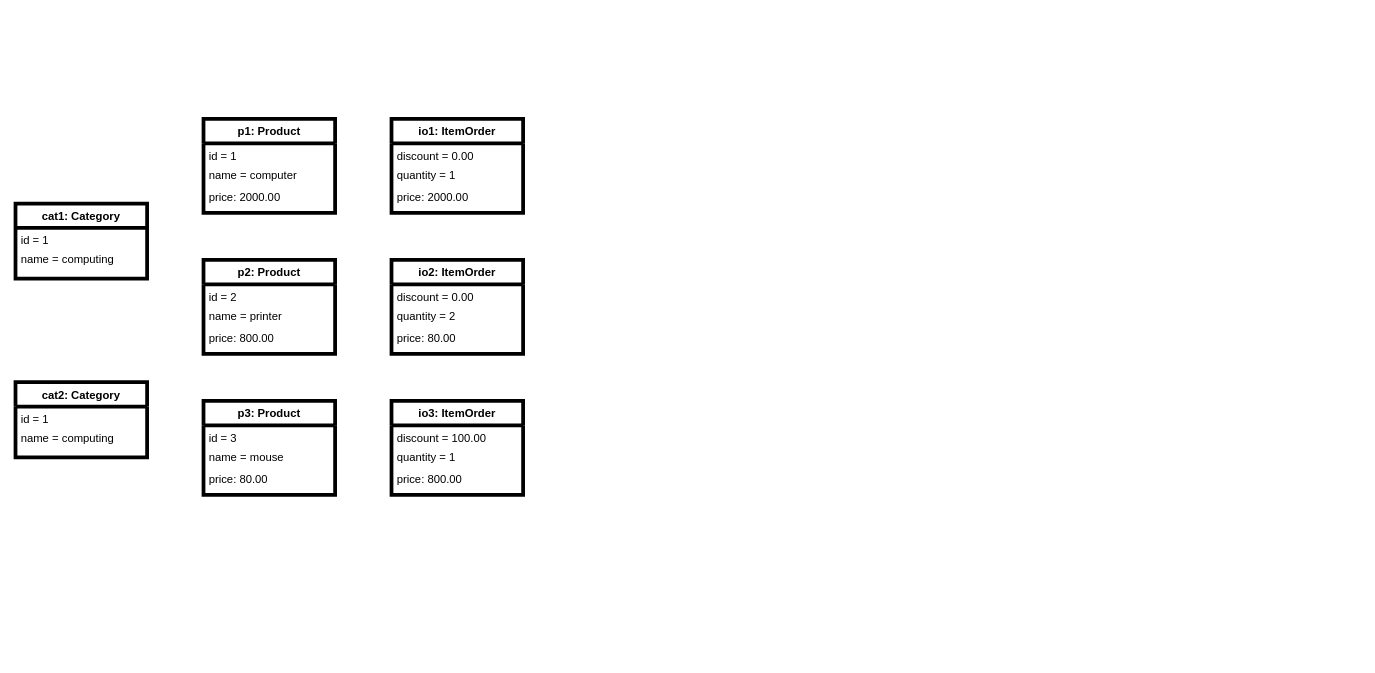
Relesi/class-diagram keeps this draw.io diagram as model-instance-score/model-instance.drawio. Above is the earlier version. Source tidied: cells renumbered, new cells numbered last; positions are measured from the earlier drawing's top-left corner, leaving out a move shared by most shapes. Both pictures are drawn from the tidied source at 94%, with x=0, y=0 at pixel (15, 118).
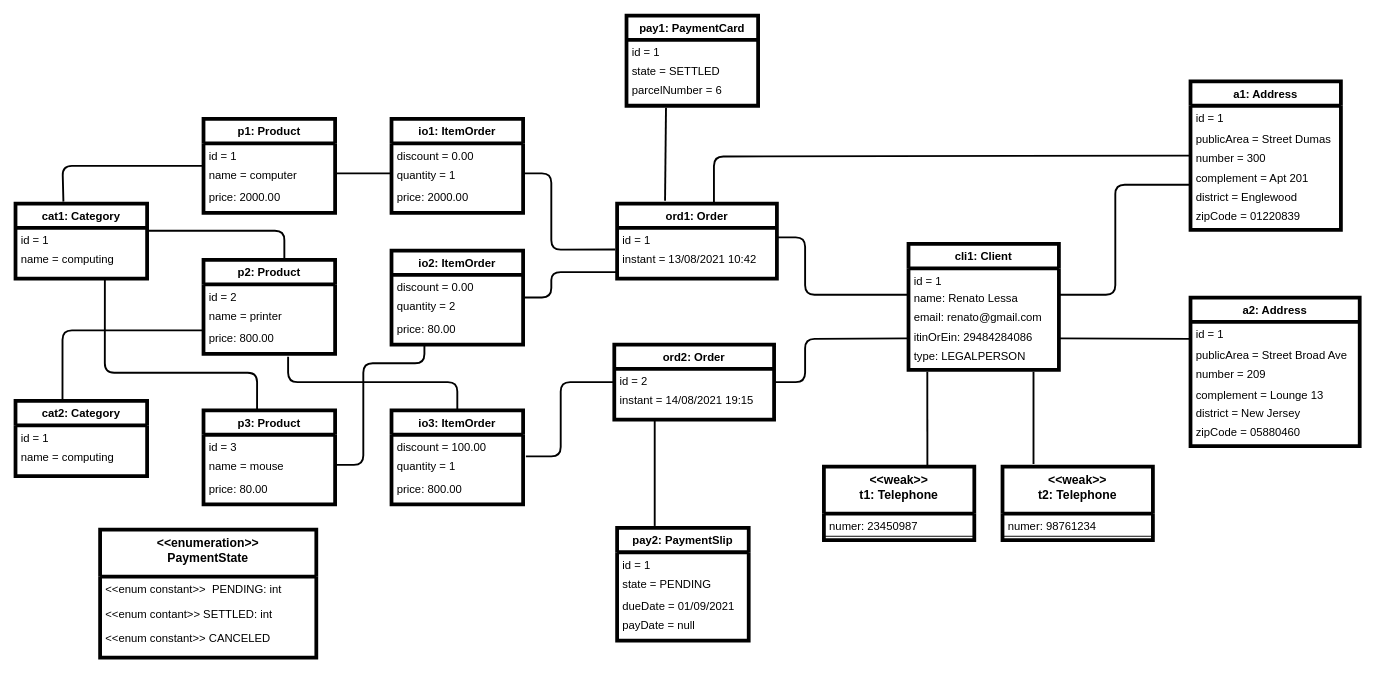
Above is the later version.

Commit message (it also covers changes not shown here):
add inst to model

Unchanged cells that the change refers to:
```xml
<mxCell id="2" value="cat1: Category" style="swimlane;fontStyle=1;horizontal=1;startSize=26;strokeWidth=4;rounded=0;shadow=0;sketch=0;glass=0;swimlaneLine=1;swimlaneFillColor=none;" parent="1" vertex="1">
  <mxGeometry y="90" width="140" height="80" as="geometry" />
</mxCell>
<mxCell id="3" value="id = 1" style="text;fillColor=none;align=left;verticalAlign=top;spacingLeft=4;spacingRight=4;overflow=hidden;points=[[0,0.5],[1,0.5]];portConstraint=eastwest;rounded=0;shadow=0;" parent="2" vertex="1">
  <mxGeometry y="26" width="140" height="20" as="geometry" />
</mxCell>
<mxCell id="4" value="name = computing" style="text;fillColor=none;align=left;verticalAlign=top;spacingLeft=4;spacingRight=4;overflow=hidden;points=[[0,0.5],[1,0.5]];portConstraint=eastwest;rounded=0;shadow=0;" parent="2" vertex="1">
  <mxGeometry y="46" width="140" height="34" as="geometry" />
</mxCell>
<mxCell id="5" value="p1: Product" style="swimlane;fontStyle=1;horizontal=1;startSize=26;strokeWidth=4;rounded=0;shadow=0;sketch=0;glass=0;swimlaneLine=1;swimlaneFillColor=none;" parent="1" vertex="1">
  <mxGeometry x="200" width="140" height="100" as="geometry" />
</mxCell>
<mxCell id="7" value="name = computer" style="text;fillColor=none;align=left;verticalAlign=top;spacingLeft=4;spacingRight=4;overflow=hidden;points=[[0,0.5],[1,0.5]];portConstraint=eastwest;rounded=0;shadow=0;" parent="5" vertex="1">
  <mxGeometry y="46" width="140" height="24" as="geometry" />
</mxCell>
<mxCell id="9" value="p2: Product" style="swimlane;fontStyle=1;horizontal=1;startSize=26;strokeWidth=4;rounded=0;shadow=0;sketch=0;glass=0;swimlaneLine=1;swimlaneFillColor=none;" parent="1" vertex="1">
  <mxGeometry x="200" y="150" width="140" height="100" as="geometry" />
</mxCell>
<mxCell id="15" value="name = mouse" style="text;fillColor=none;align=left;verticalAlign=top;spacingLeft=4;spacingRight=4;overflow=hidden;points=[[0,0.5],[1,0.5]];portConstraint=eastwest;rounded=0;shadow=0;" parent="13" vertex="1">
  <mxGeometry y="46" width="140" height="24" as="geometry" />
</mxCell>
<mxCell id="22" value="quantity = 1" style="text;fillColor=none;align=left;verticalAlign=top;spacingLeft=4;spacingRight=4;overflow=hidden;points=[[0,0.5],[1,0.5]];portConstraint=eastwest;rounded=0;shadow=0;" parent="20" vertex="1">
  <mxGeometry y="46" width="140" height="24" as="geometry" />
</mxCell>
<mxCell id="26" value="quantity = 1" style="text;fillColor=none;align=left;verticalAlign=top;spacingLeft=4;spacingRight=4;overflow=hidden;points=[[0,0.5],[1,0.5]];portConstraint=eastwest;rounded=0;shadow=0;" parent="24" vertex="1">
  <mxGeometry y="46" width="140" height="24" as="geometry" />
</mxCell>
```

Change to the diagram source:
```diff
@@
     <mxCell id="13" value="p3: Product" style="swimlane;fontStyle=1;horizontal=1;startSize=26;strokeWidth=4;rounded=0;shadow=0;sketch=0;glass=0;swimlaneLine=1;swimlaneFillColor=none;" parent="1" vertex="1">
-      <mxGeometry x="200" y="300" width="140" height="100" as="geometry" />
+      <mxGeometry x="200" y="310" width="140" height="100" as="geometry" />
     </mxCell>
@@
     <mxCell id="17" value="cat2: Category" style="swimlane;fontStyle=1;horizontal=1;startSize=26;strokeWidth=4;rounded=0;shadow=0;sketch=0;glass=0;swimlaneLine=1;swimlaneFillColor=none;" parent="1" vertex="1">
-      <mxGeometry y="280" width="140" height="80" as="geometry" />
+      <mxGeometry y="300" width="140" height="80" as="geometry" />
     </mxCell>
@@
     <mxCell id="24" value="io3: ItemOrder" style="swimlane;fontStyle=1;horizontal=1;startSize=26;strokeWidth=4;rounded=0;shadow=0;sketch=0;glass=0;swimlaneLine=1;swimlaneFillColor=none;" parent="1" vertex="1">
-      <mxGeometry x="400" y="300" width="140" height="100" as="geometry" />
+      <mxGeometry x="400" y="310" width="140" height="100" as="geometry" />
     </mxCell>
@@
     <mxCell id="28" value="io2: ItemOrder" style="swimlane;fontStyle=1;horizontal=1;startSize=26;strokeWidth=4;rounded=0;shadow=0;sketch=0;glass=0;swimlaneLine=1;swimlaneFillColor=none;" parent="1" vertex="1">
-      <mxGeometry x="400" y="150" width="140" height="100" as="geometry" />
+      <mxGeometry x="400" y="140" width="140" height="100" as="geometry" />
     </mxCell>
@@
+    <mxCell id="32" style="endArrow=none;html=1;strokeWidth=2;exitX=1.021;exitY=0.125;exitDx=0;exitDy=0;exitPerimeter=0;entryX=0;entryY=0.5;entryDx=0;entryDy=0;" parent="1" edge="1" source="26" target="43">
+      <mxGeometry relative="1" as="geometry">
+        <Array as="points">
+          <mxPoint x="580" y="359" />
+          <mxPoint x="580" y="280" />
+        </Array>
+      </mxGeometry>
+    </mxCell>
+    <mxCell id="33" style="endArrow=none;html=1;strokeWidth=2;entryX=0;entryY=0.5;entryDx=0;entryDy=0;exitX=0.364;exitY=-0.025;exitDx=0;exitDy=0;exitPerimeter=0;" parent="1" edge="1" source="2" target="5">
+      <mxGeometry relative="1" as="geometry">
+        <Array as="points">
+          <mxPoint x="50" y="50" />
+        </Array>
+      </mxGeometry>
+    </mxCell>
+    <mxCell id="34" style="endArrow=none;html=1;strokeWidth=2;exitX=0.679;exitY=1.029;exitDx=0;exitDy=0;exitPerimeter=0;entryX=0.407;entryY=0;entryDx=0;entryDy=0;entryPerimeter=0;" parent="1" edge="1" source="4" target="13">
+      <mxGeometry relative="1" as="geometry">
+        <Array as="points">
+          <mxPoint x="95" y="270" />
+          <mxPoint x="257" y="270" />
+        </Array>
+      </mxGeometry>
+    </mxCell>
+    <mxCell id="35" style="endArrow=none;html=1;strokeWidth=2;exitX=0.993;exitY=0.15;exitDx=0;exitDy=0;exitPerimeter=0;" parent="1" edge="1" source="3">
+      <mxGeometry relative="1" as="geometry">
+        <mxPoint x="286" y="150" as="targetPoint" />
+        <Array as="points">
+          <mxPoint x="286" y="119" />
+        </Array>
+      </mxGeometry>
+    </mxCell>
+    <mxCell id="36" style="endArrow=none;html=1;strokeWidth=2;exitX=0.357;exitY=0;exitDx=0;exitDy=0;exitPerimeter=0;entryX=0;entryY=0.75;entryDx=0;entryDy=0;" parent="1" edge="1" source="17" target="9">
+      <mxGeometry relative="1" as="geometry">
+        <Array as="points">
+          <mxPoint x="50" y="225" />
+        </Array>
+      </mxGeometry>
+    </mxCell>
+    <mxCell id="37" style="endArrow=none;html=1;strokeWidth=2;exitX=1;exitY=0.5;exitDx=0;exitDy=0;entryX=0;entryY=0.5;entryDx=0;entryDy=0;" parent="1" edge="1" source="7" target="22">
+      <mxGeometry relative="1" as="geometry" />
+    </mxCell>
+    <mxCell id="38" style="endArrow=none;html=1;strokeWidth=2;entryX=0.5;entryY=0;entryDx=0;entryDy=0;" parent="1" edge="1" target="24">
+      <mxGeometry relative="1" as="geometry">
+        <mxPoint x="290" y="253" as="sourcePoint" />
+        <Array as="points">
+          <mxPoint x="290" y="280" />
+          <mxPoint x="470" y="280" />
+        </Array>
+      </mxGeometry>
+    </mxCell>
+    <mxCell id="39" style="endArrow=none;html=1;strokeWidth=2;exitX=1;exitY=0.5;exitDx=0;exitDy=0;entryX=0.25;entryY=1;entryDx=0;entryDy=0;" parent="1" edge="1" source="15" target="28">
+      <mxGeometry relative="1" as="geometry">
+        <Array as="points">
+          <mxPoint x="370" y="368" />
+          <mxPoint x="370" y="260" />
+          <mxPoint x="435" y="260" />
+        </Array>
+      </mxGeometry>
+    </mxCell>
+    <mxCell id="40" value="ord1: Order" style="swimlane;fontStyle=1;horizontal=1;startSize=26;strokeWidth=4;rounded=0;shadow=0;sketch=0;glass=0;swimlaneLine=1;swimlaneFillColor=none;" parent="1" vertex="1">
+      <mxGeometry x="640" y="90" width="170" height="80" as="geometry" />
+    </mxCell>
+    <mxCell id="41" value="id = 1" style="text;fillColor=none;align=left;verticalAlign=top;spacingLeft=4;spacingRight=4;overflow=hidden;points=[[0,0.5],[1,0.5]];portConstraint=eastwest;rounded=0;shadow=0;" parent="40" vertex="1">
+      <mxGeometry y="26" width="170" height="20" as="geometry" />
+    </mxCell>
+    <mxCell id="42" value="instant = 13/08/2021 10:42" style="text;fillColor=none;align=left;verticalAlign=top;spacingLeft=4;spacingRight=4;overflow=hidden;points=[[0,0.5],[1,0.5]];portConstraint=eastwest;rounded=0;shadow=0;" parent="40" vertex="1">
+      <mxGeometry y="46" width="170" height="34" as="geometry" />
+    </mxCell>
+    <mxCell id="43" value="ord2: Order" style="swimlane;fontStyle=1;horizontal=1;startSize=26;strokeWidth=4;rounded=0;shadow=0;sketch=0;glass=0;swimlaneLine=1;swimlaneFillColor=none;" parent="1" vertex="1">
+      <mxGeometry x="637" y="240" width="170" height="80" as="geometry" />
+    </mxCell>
+    <mxCell id="44" value="id = 2" style="text;fillColor=none;align=left;verticalAlign=top;spacingLeft=4;spacingRight=4;overflow=hidden;rounded=0;shadow=0;" parent="43" vertex="1">
+      <mxGeometry y="26" width="170" height="20" as="geometry" />
+    </mxCell>
+    <mxCell id="45" value="instant = 14/08/2021 19:15" style="text;fillColor=none;align=left;verticalAlign=top;spacingLeft=4;spacingRight=4;overflow=hidden;rounded=0;shadow=0;" parent="43" vertex="1">
+      <mxGeometry y="46" width="170" height="34" as="geometry" />
+    </mxCell>
+    <mxCell id="46" style="endArrow=none;html=1;strokeWidth=2;exitX=1;exitY=0.5;exitDx=0;exitDy=0;entryX=-0.012;entryY=0.088;entryDx=0;entryDy=0;entryPerimeter=0;" parent="1" edge="1" source="22" target="42">
+      <mxGeometry relative="1" as="geometry">
+        <Array as="points">
+          <mxPoint x="570" y="58" />
+          <mxPoint x="570" y="139" />
+        </Array>
+      </mxGeometry>
+    </mxCell>
+    <mxCell id="47" style="endArrow=none;html=1;strokeWidth=2;" parent="1" edge="1">
+      <mxGeometry relative="1" as="geometry">
+        <mxPoint x="680" y="433" as="sourcePoint" />
+        <mxPoint x="680" y="320" as="targetPoint" />
+      </mxGeometry>
+    </mxCell>
+    <mxCell id="48" style="endArrow=none;html=1;strokeWidth=2;exitX=1;exitY=0.5;exitDx=0;exitDy=0;entryX=0;entryY=0.794;entryDx=0;entryDy=0;entryPerimeter=0;" parent="1" edge="1" source="28" target="42">
+      <mxGeometry relative="1" as="geometry">
+        <Array as="points">
+          <mxPoint x="570" y="190" />
+          <mxPoint x="570" y="163" />
+        </Array>
+      </mxGeometry>
+    </mxCell>
+    <mxCell id="49" value="pay1: PaymentCard" style="swimlane;fontStyle=1;horizontal=1;startSize=26;strokeWidth=4;rounded=0;shadow=0;sketch=0;glass=0;swimlaneLine=1;swimlaneFillColor=none;" parent="1" vertex="1">
+      <mxGeometry x="650" y="-110" width="140" height="96" as="geometry" />
+    </mxCell>
+    <mxCell id="50" value="id = 1" style="text;fillColor=none;align=left;verticalAlign=top;spacingLeft=4;spacingRight=4;overflow=hidden;rounded=0;shadow=0;" parent="49" vertex="1">
+      <mxGeometry y="26" width="140" height="20" as="geometry" />
+    </mxCell>
+    <mxCell id="51" value="state = SETTLED&#10; " style="text;fillColor=none;align=left;verticalAlign=top;spacingLeft=4;spacingRight=4;overflow=hidden;rounded=0;shadow=0;" parent="49" vertex="1">
+      <mxGeometry y="46" width="140" height="20" as="geometry" />
+    </mxCell>
+    <mxCell id="52" value="parcelNumber = 6" style="text;fillColor=none;align=left;verticalAlign=top;spacingLeft=4;spacingRight=4;overflow=hidden;points=[[0,0.5],[1,0.5]];portConstraint=eastwest;rounded=0;shadow=0;" parent="49" vertex="1">
+      <mxGeometry y="66" width="140" height="30" as="geometry" />
+    </mxCell>
+    <mxCell id="53" value="&lt;&lt;enumeration&gt;&gt;&#10;PaymentState" style="swimlane;fontStyle=1;align=center;verticalAlign=top;horizontal=1;startSize=50;rounded=0;shadow=0;glass=0;sketch=0;fontSize=13;strokeWidth=4;" parent="1" vertex="1">
+      <mxGeometry x="90" y="437" width="230" height="136" as="geometry" />
+    </mxCell>
+    <mxCell id="54" value="&lt;&lt;enum constant&gt;&gt;  PENDING: int" style="text;strokeColor=none;fillColor=none;align=left;verticalAlign=top;spacingLeft=4;spacingRight=4;overflow=hidden;" parent="53" vertex="1">
+      <mxGeometry y="50" width="230" height="26" as="geometry" />
+    </mxCell>
+    <mxCell id="55" value="&lt;&lt;enum contant&gt;&gt; SETTLED: int&#10;&#10;&#10;&#10; " style="text;strokeColor=none;fillColor=none;align=left;verticalAlign=top;spacingLeft=4;spacingRight=4;overflow=hidden;" parent="53" vertex="1">
+      <mxGeometry y="76" width="230" height="26" as="geometry" />
+    </mxCell>
+    <mxCell id="56" value="&lt;&lt;enum constant&gt;&gt; CANCELED" style="text;strokeColor=none;fillColor=none;align=left;verticalAlign=top;spacingLeft=4;spacingRight=4;overflow=hidden;" parent="53" vertex="1">
+      <mxGeometry y="102" width="230" height="26" as="geometry" />
+    </mxCell>
+    <mxCell id="57" style="line;strokeWidth=1;fillColor=none;align=left;verticalAlign=middle;spacingTop=-1;spacingLeft=3;spacingRight=3;labelPosition=right;strokeColor=none;" parent="53" vertex="1">
+      <mxGeometry y="128" width="230" height="8" as="geometry" />
+    </mxCell>
+    <mxCell id="58" value="pay2: PaymentSlip" style="swimlane;fontStyle=1;horizontal=1;startSize=26;strokeWidth=4;rounded=0;shadow=0;sketch=0;glass=0;swimlaneLine=1;swimlaneFillColor=none;" parent="1" vertex="1">
+      <mxGeometry x="640" y="435" width="140" height="120" as="geometry" />
+    </mxCell>
+    <mxCell id="59" value="id = 1" style="text;fillColor=none;align=left;verticalAlign=top;spacingLeft=4;spacingRight=4;overflow=hidden;rounded=0;shadow=0;" parent="58" vertex="1">
+      <mxGeometry y="26" width="140" height="20" as="geometry" />
+    </mxCell>
+    <mxCell id="60" value="state = PENDING&#10; " style="text;fillColor=none;align=left;verticalAlign=top;spacingLeft=4;spacingRight=4;overflow=hidden;rounded=0;shadow=0;" parent="58" vertex="1">
+      <mxGeometry y="46" width="140" height="24" as="geometry" />
+    </mxCell>
+    <mxCell id="61" value="dueDate = 01/09/2021" style="text;fillColor=none;align=left;verticalAlign=top;spacingLeft=4;spacingRight=4;overflow=hidden;rounded=0;shadow=0;" parent="58" vertex="1">
+      <mxGeometry y="70" width="140" height="20" as="geometry" />
+    </mxCell>
+    <mxCell id="62" value="payDate = null" style="text;strokeColor=none;fillColor=none;align=left;verticalAlign=top;spacingLeft=4;spacingRight=4;overflow=hidden;" parent="58" vertex="1">
+      <mxGeometry y="90" width="140" height="30" as="geometry" />
+    </mxCell>
+    <mxCell id="63" style="endArrow=none;html=1;strokeWidth=2;entryX=0.3;entryY=1.067;entryDx=0;entryDy=0;entryPerimeter=0;exitX=0.3;exitY=-0.037;exitDx=0;exitDy=0;exitPerimeter=0;" parent="1" edge="1" source="40" target="52">
+      <mxGeometry relative="1" as="geometry" />
+    </mxCell>
+    <mxCell id="64" value="cli1: Client" style="swimlane;fontStyle=1;horizontal=1;startSize=26;strokeWidth=4;labelBackgroundColor=none;labelBorderColor=none;" parent="1" vertex="1">
+      <mxGeometry x="950" y="133" width="160" height="134" as="geometry" />
+    </mxCell>
+    <mxCell id="65" value="id = 1" style="text;strokeColor=none;fillColor=none;align=left;verticalAlign=top;spacingLeft=4;spacingRight=4;overflow=hidden;" parent="64" vertex="1">
+      <mxGeometry y="26" width="160" height="18" as="geometry" />
+    </mxCell>
+    <mxCell id="66" value="name: Renato Lessa" style="text;strokeColor=none;fillColor=none;align=left;verticalAlign=top;spacingLeft=4;spacingRight=4;overflow=hidden;points=[[0,0.5],[1,0.5]];portConstraint=eastwest;" parent="64" vertex="1">
+      <mxGeometry y="44" width="160" height="20" as="geometry" />
+    </mxCell>
+    <mxCell id="67" value="email: renato@gmail.com" style="text;align=left;verticalAlign=top;spacingLeft=4;spacingRight=4;overflow=hidden;" parent="64" vertex="1">
+      <mxGeometry y="64" width="160" height="22" as="geometry" />
+    </mxCell>
+    <mxCell id="68" value="itinOrEin: 29484284086" style="text;align=left;verticalAlign=top;spacingLeft=4;spacingRight=4;overflow=hidden;" parent="64" vertex="1">
+      <mxGeometry y="86" width="160" height="20" as="geometry" />
+    </mxCell>
+    <mxCell id="69" value="type: LEGALPERSON" style="text;align=left;verticalAlign=top;spacingLeft=4;spacingRight=4;overflow=hidden;points=[[0,0.5],[1,0.5]];portConstraint=eastwest;" parent="64" vertex="1">
+      <mxGeometry y="106" width="160" height="28" as="geometry" />
+    </mxCell>
+    <mxCell id="70" style="endArrow=none;html=1;strokeWidth=2;exitX=0.606;exitY=0.013;exitDx=0;exitDy=0;exitPerimeter=0;entryX=0;entryY=0.5;entryDx=0;entryDy=0;" parent="1" edge="1" source="40" target="84">
+      <mxGeometry relative="1" as="geometry">
+        <Array as="points">
+          <mxPoint x="743" y="40" />
+        </Array>
+      </mxGeometry>
+    </mxCell>
+    <mxCell id="71" style="endArrow=none;html=1;strokeWidth=2;exitX=1;exitY=0.5;exitDx=0;exitDy=0;entryX=0;entryY=0.75;entryDx=0;entryDy=0;" parent="1" edge="1" source="43" target="64">
+      <mxGeometry relative="1" as="geometry">
+        <Array as="points">
+          <mxPoint x="840" y="280" />
+          <mxPoint x="840" y="234" />
+        </Array>
+      </mxGeometry>
+    </mxCell>
+    <mxCell id="72" style="endArrow=none;html=1;strokeWidth=2;exitX=1;exitY=0.5;exitDx=0;exitDy=0;entryX=0;entryY=0.5;entryDx=0;entryDy=0;" parent="1" edge="1" source="41" target="66">
+      <mxGeometry relative="1" as="geometry">
+        <Array as="points">
+          <mxPoint x="840" y="126" />
+          <mxPoint x="840" y="187" />
+        </Array>
+      </mxGeometry>
+    </mxCell>
+    <mxCell id="73" value="&lt;&lt;weak&gt;&gt;&#10;t1: Telephone" style="swimlane;fontStyle=1;align=center;verticalAlign=top;horizontal=1;startSize=50;rounded=0;shadow=0;glass=0;sketch=0;fontSize=13;strokeWidth=4;" parent="1" vertex="1">
+      <mxGeometry x="860" y="370" width="160" height="78" as="geometry" />
+    </mxCell>
+    <mxCell id="74" value="numer: 23450987" style="text;strokeColor=none;fillColor=none;align=left;verticalAlign=top;spacingLeft=4;spacingRight=4;overflow=hidden;" parent="73" vertex="1">
+      <mxGeometry y="50" width="160" height="20" as="geometry" />
+    </mxCell>
+    <mxCell id="75" style="line;strokeWidth=1;fillColor=none;align=left;verticalAlign=middle;spacingTop=-1;spacingLeft=3;spacingRight=3;labelPosition=right;" parent="73" vertex="1">
+      <mxGeometry y="70" width="160" height="8" as="geometry" />
+    </mxCell>
+    <mxCell id="76" value="&lt;&lt;weak&gt;&gt;&#10;t2: Telephone" style="swimlane;fontStyle=1;align=center;verticalAlign=top;horizontal=1;startSize=50;rounded=0;shadow=0;glass=0;sketch=0;fontSize=13;strokeWidth=4;" parent="1" vertex="1">
+      <mxGeometry x="1050" y="370" width="160" height="78" as="geometry" />
+    </mxCell>
+    <mxCell id="77" value="numer: 98761234" style="text;strokeColor=none;fillColor=none;align=left;verticalAlign=top;spacingLeft=4;spacingRight=4;overflow=hidden;" parent="76" vertex="1">
+      <mxGeometry y="50" width="160" height="20" as="geometry" />
+    </mxCell>
+    <mxCell id="78" style="line;strokeWidth=1;fillColor=none;align=left;verticalAlign=middle;spacingTop=-1;spacingLeft=3;spacingRight=3;labelPosition=right;" parent="76" vertex="1">
+      <mxGeometry y="70" width="160" height="8" as="geometry" />
+    </mxCell>
+    <mxCell id="79" style="endArrow=none;html=1;strokeWidth=2;entryX=0.831;entryY=1.071;entryDx=0;entryDy=0;entryPerimeter=0;" parent="1" edge="1" target="69">
+      <mxGeometry relative="1" as="geometry">
+        <mxPoint x="1083" y="367" as="sourcePoint" />
+      </mxGeometry>
+    </mxCell>
+    <mxCell id="80" style="endArrow=none;html=1;strokeWidth=2;exitX=0.688;exitY=0;exitDx=0;exitDy=0;exitPerimeter=0;entryX=0.125;entryY=1.071;entryDx=0;entryDy=0;entryPerimeter=0;" parent="1" edge="1" source="73" target="69">
+      <mxGeometry relative="1" as="geometry" />
+    </mxCell>
+    <mxCell id="81" value="a1: Address" style="swimlane;fontStyle=1;horizontal=1;startSize=26;strokeWidth=4;" parent="1" vertex="1">
+      <mxGeometry x="1250" y="-40" width="160" height="158" as="geometry" />
+    </mxCell>
+    <mxCell id="82" value="id = 1" style="text;strokeColor=none;fillColor=none;align=left;verticalAlign=top;spacingLeft=4;spacingRight=4;overflow=hidden;" parent="81" vertex="1">
+      <mxGeometry y="26" width="160" height="22" as="geometry" />
+    </mxCell>
+    <mxCell id="83" value="publicArea = Street Dumas" style="text;strokeColor=none;fillColor=none;align=left;verticalAlign=top;spacingLeft=4;spacingRight=4;overflow=hidden;" parent="81" vertex="1">
+      <mxGeometry y="48" width="160" height="20" as="geometry" />
+    </mxCell>
+    <mxCell id="84" value="number = 300" style="text;align=left;verticalAlign=top;spacingLeft=4;spacingRight=4;overflow=hidden;points=[[0,0.5],[1,0.5]];portConstraint=eastwest;" parent="81" vertex="1">
+      <mxGeometry y="68" width="160" height="22" as="geometry" />
+    </mxCell>
+    <mxCell id="85" value="complement = Apt 201 " style="text;align=left;verticalAlign=top;spacingLeft=4;spacingRight=4;overflow=hidden;points=[[0,0.5],[1,0.5]];portConstraint=eastwest;" parent="81" vertex="1">
+      <mxGeometry y="90" width="160" height="20" as="geometry" />
+    </mxCell>
+    <mxCell id="86" value="district = Englewood" style="text;align=left;verticalAlign=top;spacingLeft=4;spacingRight=4;overflow=hidden;" parent="81" vertex="1">
+      <mxGeometry y="110" width="160" height="20" as="geometry" />
+    </mxCell>
+    <mxCell id="87" value="zipCode = 01220839" style="text;align=left;verticalAlign=top;spacingLeft=4;spacingRight=4;overflow=hidden;" parent="81" vertex="1">
+      <mxGeometry y="130" width="160" height="28" as="geometry" />
+    </mxCell>
+    <mxCell id="88" value="a2: Address" style="swimlane;fontStyle=1;horizontal=1;startSize=26;strokeWidth=4;" parent="1" vertex="1">
+      <mxGeometry x="1250" y="190" width="180" height="158" as="geometry" />
+    </mxCell>
+    <mxCell id="89" value="id = 1" style="text;strokeColor=none;fillColor=none;align=left;verticalAlign=top;spacingLeft=4;spacingRight=4;overflow=hidden;" parent="88" vertex="1">
+      <mxGeometry y="26" width="180" height="22" as="geometry" />
+    </mxCell>
+    <mxCell id="90" value="publicArea = Street Broad Ave" style="text;strokeColor=none;fillColor=none;align=left;verticalAlign=top;spacingLeft=4;spacingRight=4;overflow=hidden;" parent="88" vertex="1">
+      <mxGeometry y="48" width="180" height="20" as="geometry" />
+    </mxCell>
+    <mxCell id="91" value="number = 209" style="text;align=left;verticalAlign=top;spacingLeft=4;spacingRight=4;overflow=hidden;" parent="88" vertex="1">
+      <mxGeometry y="68" width="180" height="22" as="geometry" />
+    </mxCell>
+    <mxCell id="92" value="complement = Lounge 13 " style="text;align=left;verticalAlign=top;spacingLeft=4;spacingRight=4;overflow=hidden;" parent="88" vertex="1">
+      <mxGeometry y="90" width="180" height="20" as="geometry" />
+    </mxCell>
+    <mxCell id="93" value="district = New Jersey" style="text;align=left;verticalAlign=top;spacingLeft=4;spacingRight=4;overflow=hidden;" parent="88" vertex="1">
+      <mxGeometry y="110" width="180" height="20" as="geometry" />
+    </mxCell>
+    <mxCell id="94" value="zipCode = 05880460" style="text;align=left;verticalAlign=top;spacingLeft=4;spacingRight=4;overflow=hidden;" parent="88" vertex="1">
+      <mxGeometry y="130" width="180" height="28" as="geometry" />
+    </mxCell>
+    <mxCell id="95" style="endArrow=none;html=1;strokeWidth=2;exitX=1;exitY=0.5;exitDx=0;exitDy=0;entryX=-0.006;entryY=1;entryDx=0;entryDy=0;entryPerimeter=0;" parent="1" edge="1" source="66" target="85">
+      <mxGeometry relative="1" as="geometry">
+        <Array as="points">
+          <mxPoint x="1170" y="187" />
+          <mxPoint x="1170" y="70" />
+        </Array>
+      </mxGeometry>
+    </mxCell>
+    <mxCell id="96" style="endArrow=none;html=1;strokeWidth=2;entryX=1;entryY=0.75;entryDx=0;entryDy=0;" parent="1" edge="1" target="64">
+      <mxGeometry relative="1" as="geometry">
+        <mxPoint x="1250" y="234" as="sourcePoint" />
+      </mxGeometry>
+    </mxCell>
```
